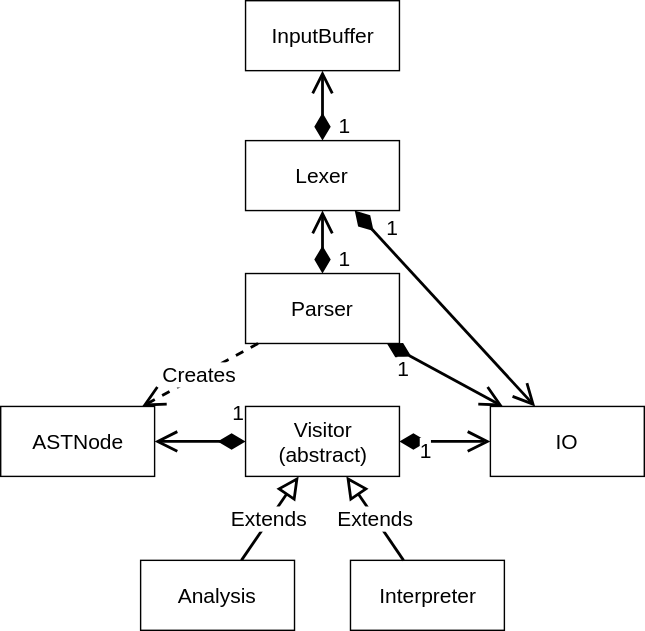
Earlier version of the draw.io export documents/Architecture.svg (Rochet2/compilers). Source tidied: cells renumbered, new cells last; positions are measured from the earlier drawing's top-left corner, leaving out a move shared by most shapes.
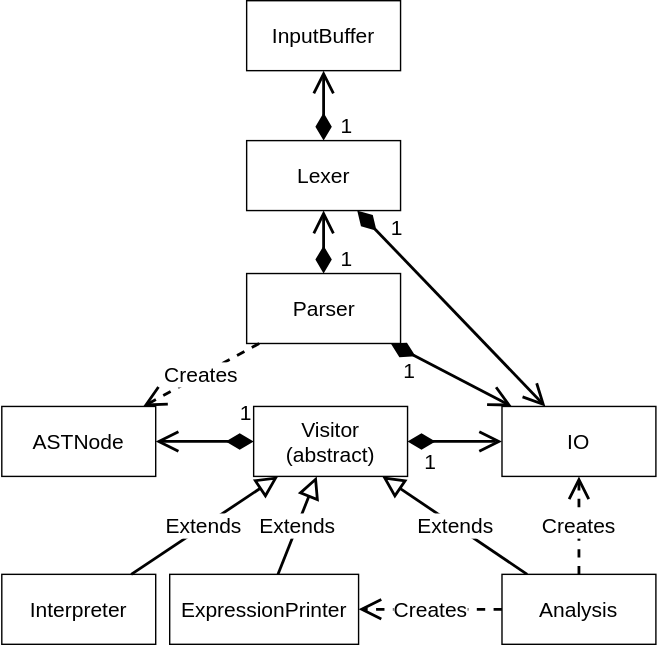
The same diagram one commit later.

Change to the diagram source:
```diff
@@ -3,25 +3,25 @@
     <mxCell id="0" />
     <mxCell id="1" parent="0" />
     <mxCell id="2" value="ASTNode" style="html=1;glass=0;fontSize=15;align=center;" parent="1" vertex="1">
-      <mxGeometry y="290" width="110" height="50" as="geometry" />
+      <mxGeometry x="1.5" y="305" width="110" height="50" as="geometry" />
     </mxCell>
     <mxCell id="3" value="Interpreter&lt;br&gt;" style="html=1;glass=0;fontSize=15;align=center;" parent="1" vertex="1">
-      <mxGeometry x="250" y="400" width="110" height="50" as="geometry" />
+      <mxGeometry x="1.5" y="425" width="110" height="50" as="geometry" />
     </mxCell>
     <mxCell id="4" value="IO&lt;br&gt;" style="html=1;glass=0;fontSize=15;align=center;" parent="1" vertex="1">
-      <mxGeometry x="350" y="290" width="110" height="50" as="geometry" />
+      <mxGeometry x="359" y="305" width="110" height="50" as="geometry" />
     </mxCell>
     <mxCell id="5" value="InputBuffer&lt;br&gt;" style="html=1;glass=0;fontSize=15;align=center;" parent="1" vertex="1">
-      <mxGeometry x="175" width="110" height="50" as="geometry" />
+      <mxGeometry x="176.5" y="15" width="110" height="50" as="geometry" />
     </mxCell>
     <mxCell id="6" value="Lexer&lt;br&gt;" style="html=1;glass=0;fontSize=15;align=center;" parent="1" vertex="1">
-      <mxGeometry x="175" y="100" width="110" height="50" as="geometry" />
+      <mxGeometry x="176.5" y="115" width="110" height="50" as="geometry" />
     </mxCell>
     <mxCell id="7" value="Parser&lt;br&gt;" style="html=1;glass=0;fontSize=15;align=center;" parent="1" vertex="1">
-      <mxGeometry x="175" y="195" width="110" height="50" as="geometry" />
+      <mxGeometry x="176.5" y="210" width="110" height="50" as="geometry" />
     </mxCell>
     <mxCell id="8" value="Visitor&lt;br&gt;(abstract)&lt;br&gt;" style="html=1;glass=0;fontSize=15;align=center;" parent="1" vertex="1">
-      <mxGeometry x="175" y="290" width="110" height="50" as="geometry" />
+      <mxGeometry x="181.5" y="305" width="110" height="50" as="geometry" />
     </mxCell>
     <mxCell id="9" value="Extends" style="endArrow=block;endSize=11;endFill=0;html=1;strokeWidth=2;fontSize=15;" parent="1" edge="1" source="17" target="8">
       <mxGeometry relative="1" as="geometry" />
@@ -30,7 +30,7 @@
       <mxGeometry relative="1" as="geometry" />
     </mxCell>
     <mxCell id="11" value="1" style="endArrow=open;html=1;endSize=12;startArrow=diamondThin;startSize=14;startFill=1;align=left;verticalAlign=bottom;strokeWidth=2;fontSize=15;" parent="1" edge="1" source="8" target="4">
-      <mxGeometry x="-0.61" y="-17" relative="1" as="geometry" />
+      <mxGeometry x="-0.7" y="-25" relative="1" as="geometry" />
     </mxCell>
     <mxCell id="12" value="1" style="endArrow=open;html=1;endSize=12;startArrow=diamondThin;startSize=14;startFill=1;align=left;verticalAlign=bottom;strokeWidth=2;fontSize=15;" parent="1" edge="1" source="8" target="2">
       <mxGeometry x="-0.67" y="-10" relative="1" as="geometry" />
@@ -48,10 +48,22 @@
       <mxGeometry x="-1" y="-10" relative="1" as="geometry" />
     </mxCell>
     <mxCell id="17" value="Analysis" style="html=1;glass=0;fontSize=15;align=center;" parent="1" vertex="1">
-      <mxGeometry x="100" y="400" width="110" height="50" as="geometry" />
+      <mxGeometry x="359" y="425" width="110" height="50" as="geometry" />
     </mxCell>
     <mxCell id="18" value="Creates&lt;br&gt;" style="endArrow=open;endSize=12;dashed=1;html=1;strokeWidth=2;fontSize=15;" parent="1" edge="1" source="7" target="2">
       <mxGeometry relative="1" as="geometry" />
     </mxCell>
+    <mxCell id="19" value="ExpressionPrinter&lt;br&gt;" style="html=1;glass=0;fontSize=15;align=center;" parent="1" vertex="1">
+      <mxGeometry x="121.5" y="425" width="135" height="50" as="geometry" />
+    </mxCell>
+    <mxCell id="20" value="Extends" style="endArrow=block;endSize=11;endFill=0;html=1;strokeWidth=2;fontSize=15;" parent="1" edge="1" source="19" target="8">
+      <mxGeometry relative="1" as="geometry" />
+    </mxCell>
+    <mxCell id="21" value="Creates&lt;br&gt;" style="endArrow=open;endSize=12;dashed=1;html=1;strokeWidth=2;fontSize=15;" parent="1" edge="1" source="17" target="19">
+      <mxGeometry relative="1" as="geometry" />
+    </mxCell>
+    <mxCell id="22" value="Creates&lt;br&gt;" style="endArrow=open;endSize=12;dashed=1;html=1;strokeWidth=2;fontSize=15;" parent="1" edge="1" source="17" target="4">
+      <mxGeometry relative="1" as="geometry" />
+    </mxCell>
   </root>
 </mxGraphModel>
```
